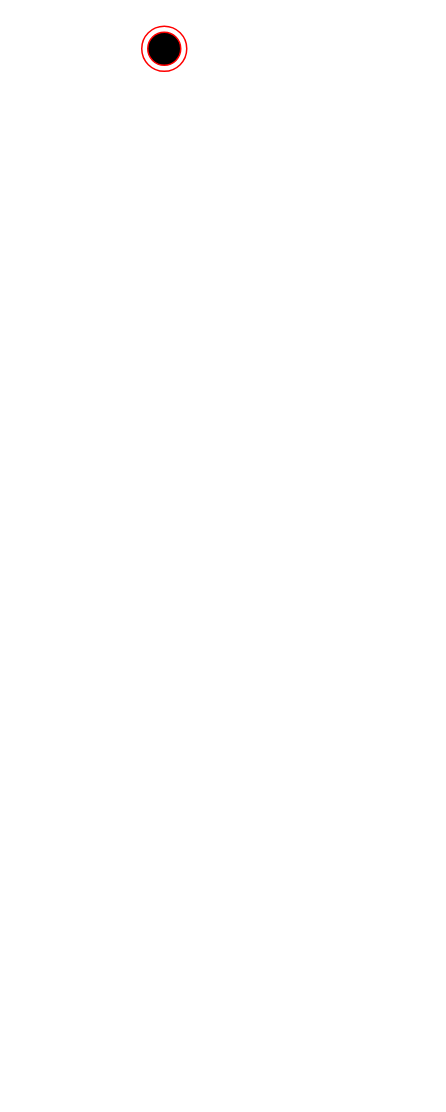
Edu-Ram/Requerimientos keeps this draw.io diagram as Examen1/Examen1.drawio. Above is the earlier version. Source tidied: cells renumbered, new cells numbered last; positions are measured from the earlier drawing's top-left corner, leaving out a move shared by most shapes. Both pictures are drawn from the tidied source at 150%, with x=0, y=0 at pixel (141, 26).
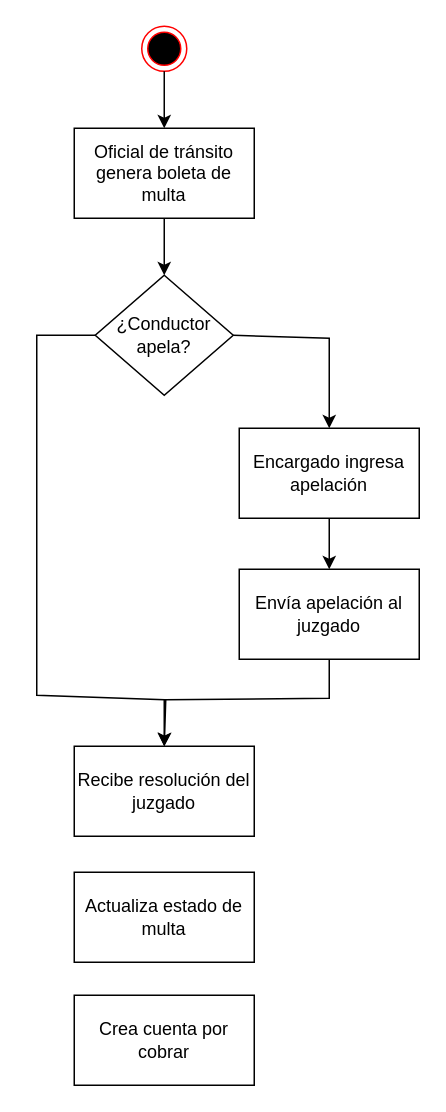
The same diagram, later.

Unchanged cells that the change refers to:
```xml
<mxCell id="2" style="ellipse;html=1;shape=endState;fillColor=#000000;strokeColor=#ff0000;" parent="1" vertex="1">
  <mxGeometry width="30" height="30" as="geometry" />
</mxCell>
```

The edit, as a diff of the source:
```diff
@@
+    <mxCell id="3" value="Oficial de tránsito genera boleta de multa" style="rounded=0;whiteSpace=wrap;html=1;" parent="1" vertex="1">
+      <mxGeometry x="-45" y="68" width="120" height="60" as="geometry" />
+    </mxCell>
+    <mxCell id="4" style="endArrow=classic;html=1;rounded=0;exitX=0.5;exitY=1;exitDx=0;exitDy=0;entryX=0.5;entryY=0;entryDx=0;entryDy=0;" parent="1" edge="1" source="2" target="3">
+      <mxGeometry relative="1" as="geometry" />
+    </mxCell>
+    <mxCell id="5" value="¿Conductor apela?" style="rhombus;whiteSpace=wrap;html=1;" parent="1" vertex="1">
+      <mxGeometry x="-31" y="166" width="92" height="80" as="geometry" />
+    </mxCell>
+    <mxCell id="6" value="Encargado ingresa apelación" style="rounded=0;whiteSpace=wrap;html=1;" parent="1" vertex="1">
+      <mxGeometry x="65" y="268" width="120" height="60" as="geometry" />
+    </mxCell>
+    <mxCell id="7" value="Envía apelación al juzgado" style="rounded=0;whiteSpace=wrap;html=1;" parent="1" vertex="1">
+      <mxGeometry x="65" y="362" width="120" height="60" as="geometry" />
+    </mxCell>
+    <mxCell id="8" style="endArrow=classic;html=1;rounded=0;exitX=1;exitY=0.5;exitDx=0;exitDy=0;entryX=0.5;entryY=0;entryDx=0;entryDy=0;" parent="1" edge="1" source="5" target="6">
+      <mxGeometry relative="1" as="geometry">
+        <Array as="points">
+          <mxPoint x="125" y="208" />
+        </Array>
+      </mxGeometry>
+    </mxCell>
+    <mxCell id="9" style="endArrow=classic;html=1;rounded=0;exitX=0.5;exitY=1;exitDx=0;exitDy=0;entryX=0.5;entryY=0;entryDx=0;entryDy=0;" parent="1" edge="1" source="6" target="7">
+      <mxGeometry relative="1" as="geometry" />
+    </mxCell>
+    <mxCell id="10" style="endArrow=classic;html=1;rounded=0;exitX=0.5;exitY=1;exitDx=0;exitDy=0;entryX=0.5;entryY=0;entryDx=0;entryDy=0;" parent="1" edge="1" source="3" target="5">
+      <mxGeometry relative="1" as="geometry" />
+    </mxCell>
+    <mxCell id="11" value="Recibe resolución del juzgado" style="rounded=0;whiteSpace=wrap;html=1;" parent="1" vertex="1">
+      <mxGeometry x="-45" y="480" width="120" height="60" as="geometry" />
+    </mxCell>
+    <mxCell id="12" value="Actualiza estado de multa" style="rounded=0;whiteSpace=wrap;html=1;" parent="1" vertex="1">
+      <mxGeometry x="-45" y="564" width="120" height="60" as="geometry" />
+    </mxCell>
+    <mxCell id="13" value="Crea cuenta por cobrar" style="rounded=0;whiteSpace=wrap;html=1;" parent="1" vertex="1">
+      <mxGeometry x="-45" y="646" width="120" height="60" as="geometry" />
+    </mxCell>
+    <mxCell id="14" style="endArrow=classic;html=1;rounded=0;exitX=0;exitY=0.5;exitDx=0;exitDy=0;entryX=0.5;entryY=0;entryDx=0;entryDy=0;" parent="1" edge="1" source="5" target="11">
+      <mxGeometry relative="1" as="geometry">
+        <Array as="points">
+          <mxPoint x="-70" y="206" />
+          <mxPoint x="-70" y="446" />
+          <mxPoint x="15" y="449" />
+        </Array>
+      </mxGeometry>
+    </mxCell>
+    <mxCell id="15" style="endArrow=classic;html=1;rounded=0;exitX=0.5;exitY=1;exitDx=0;exitDy=0;entryX=0.5;entryY=0;entryDx=0;entryDy=0;" parent="1" edge="1" source="7" target="11">
+      <mxGeometry relative="1" as="geometry">
+        <Array as="points">
+          <mxPoint x="125" y="448" />
+          <mxPoint x="16" y="449" />
+        </Array>
+      </mxGeometry>
+    </mxCell>
```
